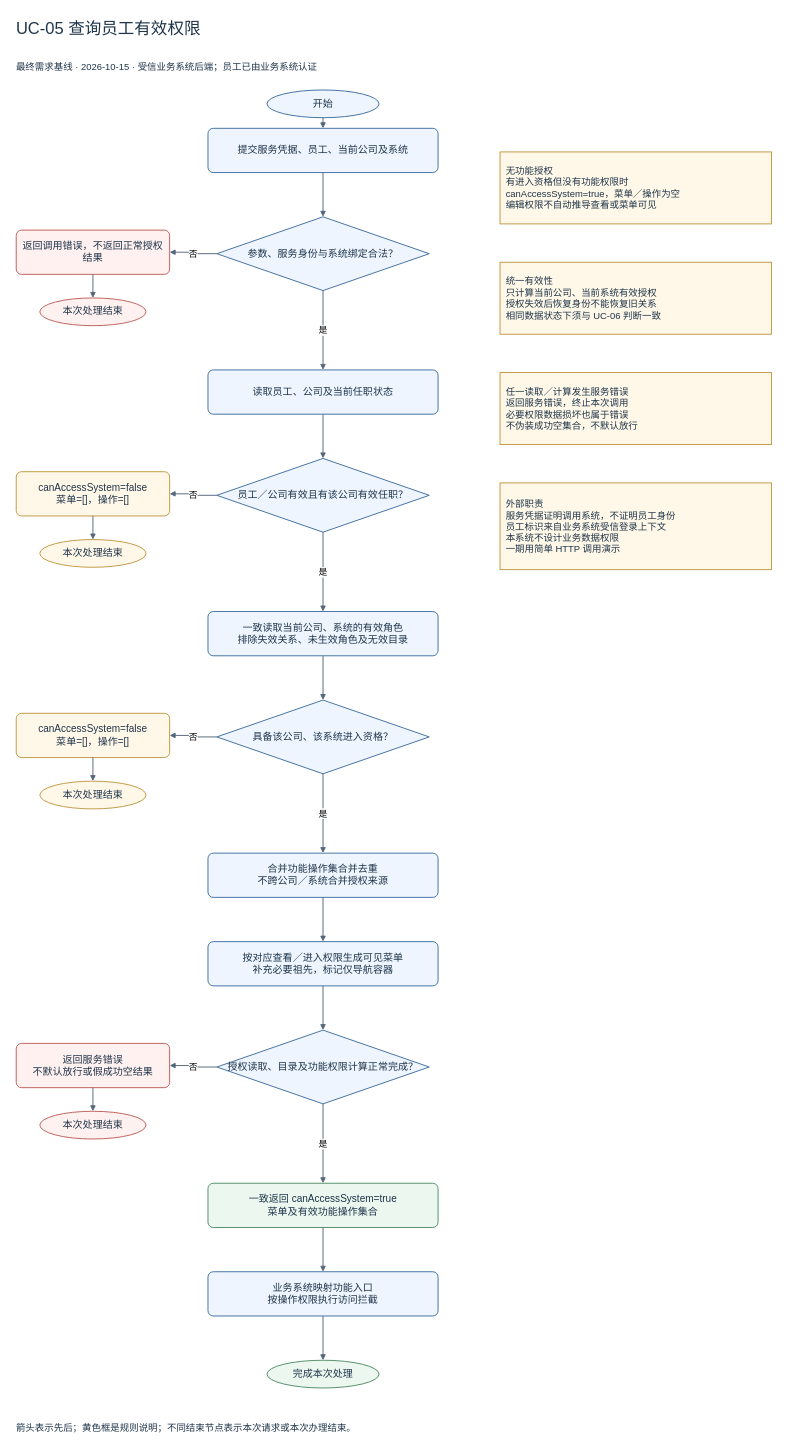
This is docs/按用例分类/UC-05_查询员工有效权限/UC-05_查询员工有效权限_流程图.drawio from Noah-hope/RBAC-admin, a draw.io file, before an edit. Source tidied: cells renumbered, new cells numbered last; positions are measured from the earlier drawing's top-left corner, leaving out a move shared by most shapes. Both pictures are drawn from the tidied source at 59%, with x=0, y=0 at pixel (10, 10).
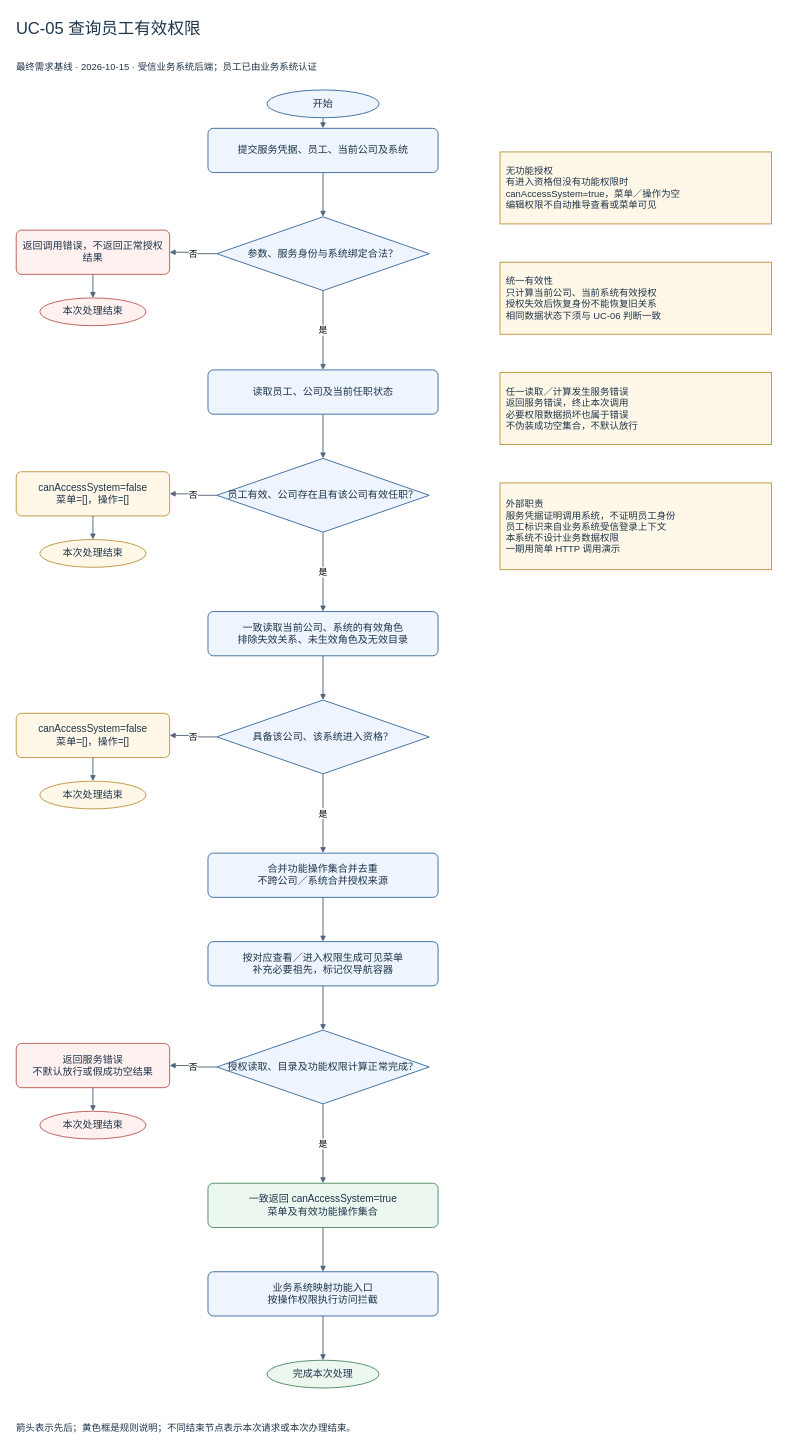
After the change.

Diff of the diagram source:
```diff
@@
-    <mxCell id="10" value="员工／公司有效且有该公司有效任职？" style="rhombus;html=1;whiteSpace=wrap;fontFamily=Microsoft YaHei;fontSize=17;fontColor=#1e3449;align=center;verticalAlign=middle;spacing=10;fillColor=#eef5ff;strokeColor=#32649a;strokeWidth=1.5;" parent="1" vertex="1">
+    <mxCell id="10" value="员工有效、公司存在且有该公司有效任职？" style="rhombus;html=1;whiteSpace=wrap;fontFamily=Microsoft YaHei;fontSize=17;fontColor=#1e3449;align=center;verticalAlign=middle;spacing=10;fillColor=#eef5ff;strokeColor=#32649a;strokeWidth=1.5;" parent="1" vertex="1">
       <mxGeometry x="350" y="759.5" width="360" height="125" as="geometry" />
     </mxCell>
```
